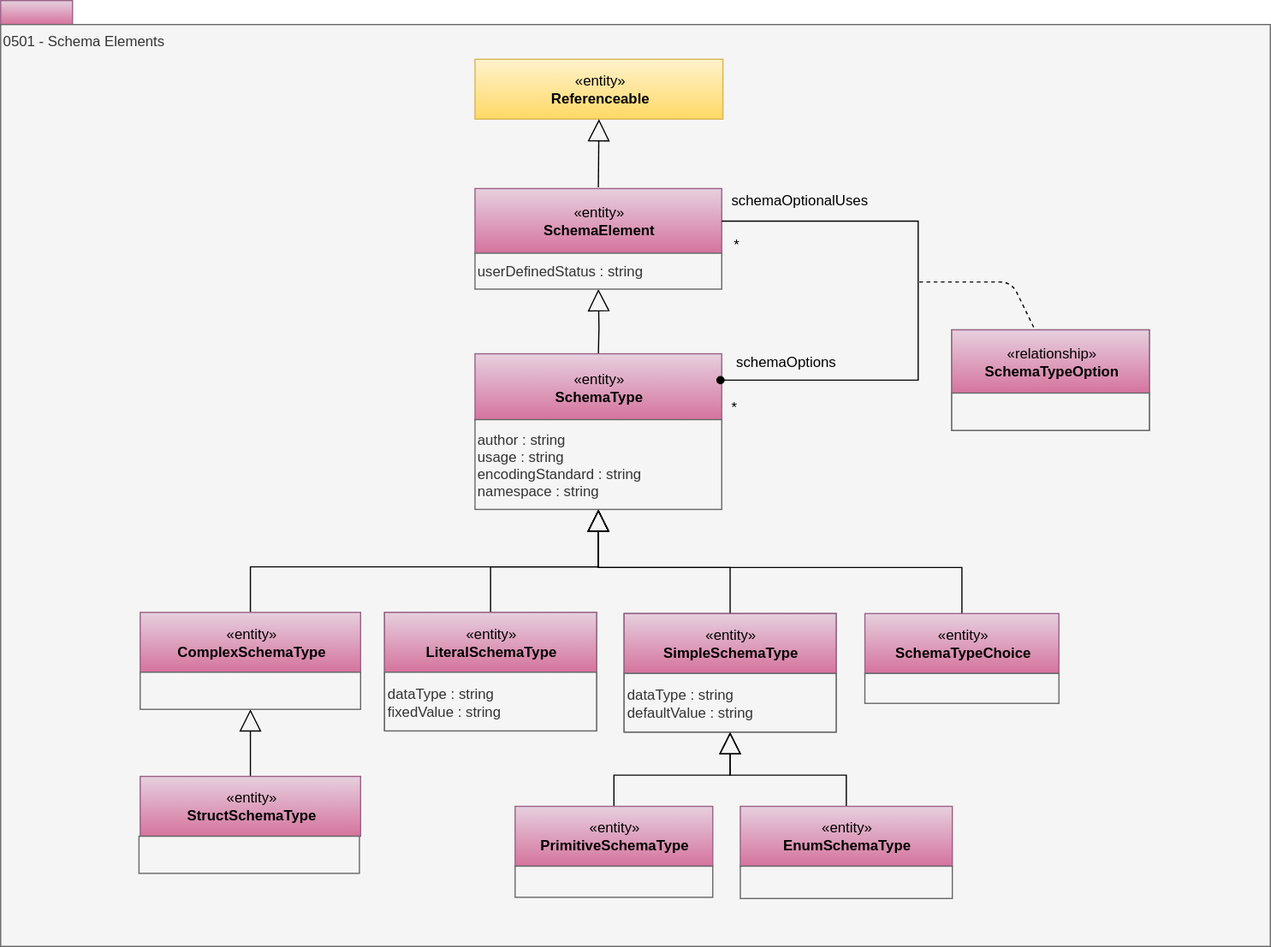
This is site/docs/types/5/0501-Schema-Elements.svg from odpi/egeria-docs, a draw.io export, as it was before one commit. Source tidied: cells renumbered, new cells last; positions are measured from the earlier drawing's top-left corner, leaving out a move shared by most shapes.
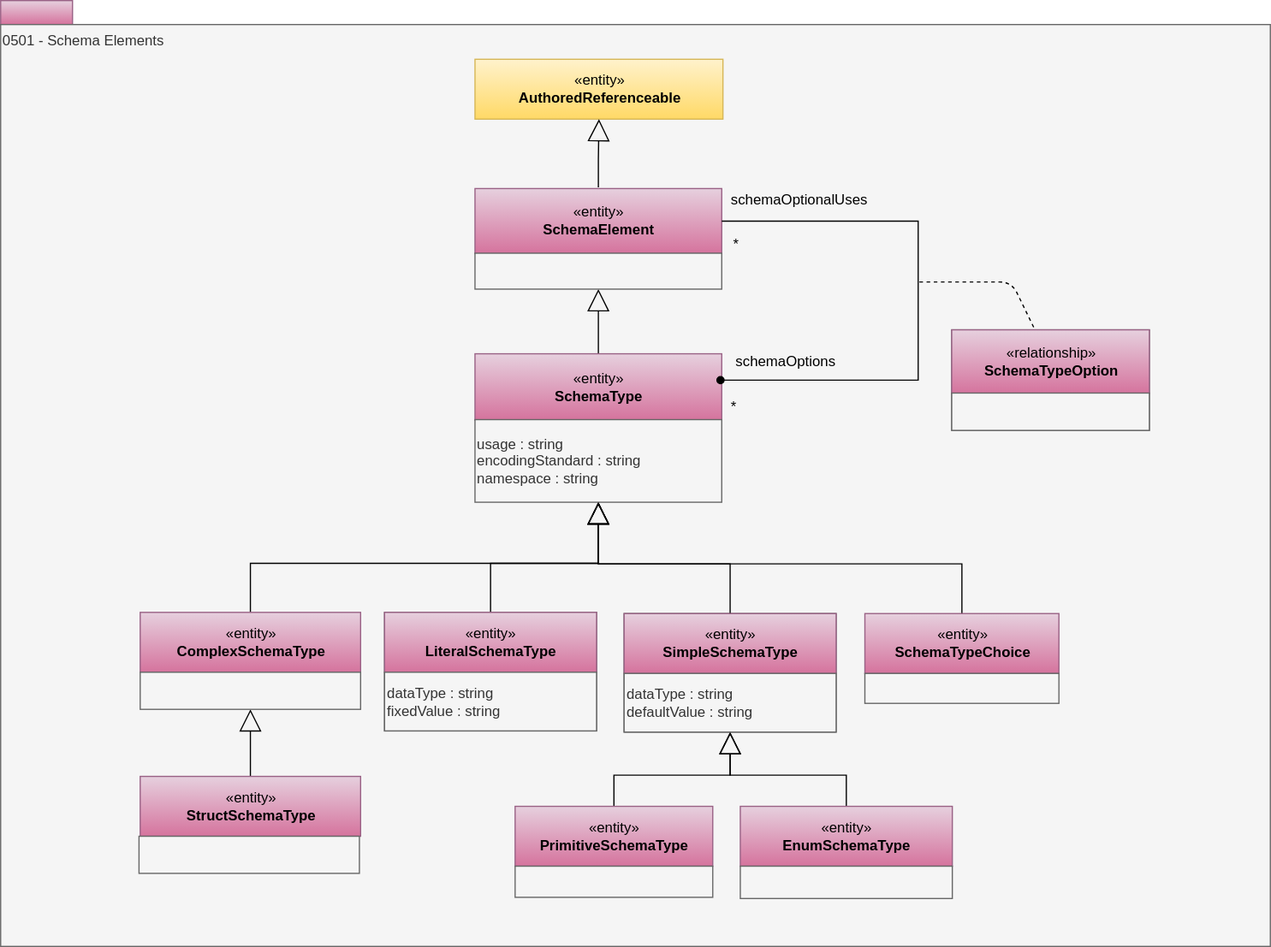
After the commit.

Diff of the diagram source:
```diff
@@ -8,7 +8,7 @@
     <mxCell id="3" value="0501 - Schema Elements" style="rounded=0;whiteSpace=wrap;html=1;align=left;verticalAlign=top;fillColor=#f5f5f5;fontColor=#333333;strokeColor=#666666;" parent="1" vertex="1">
       <mxGeometry y="20" width="1060" height="770" as="geometry" />
     </mxCell>
-    <mxCell id="4" value="«entity»&lt;br&gt;&lt;b&gt;Referenceable&lt;/b&gt;" style="html=1;strokeColor=#d6b656;align=center;fillColor=#fff2cc;gradientColor=#ffd966;" parent="1" vertex="1">
+    <mxCell id="4" value="«entity»&lt;br&gt;&lt;b&gt;AuthoredReferenceable&lt;/b&gt;" style="html=1;strokeColor=#d6b656;align=center;fillColor=#fff2cc;gradientColor=#ffd966;" parent="1" vertex="1">
       <mxGeometry x="396" y="49" width="207" height="50" as="geometry" />
     </mxCell>
     <mxCell id="5" style="edgeStyle=orthogonalEdgeStyle;rounded=0;jettySize=auto;html=1;exitX=0.5;exitY=0;exitDx=0;exitDy=0;startSize=6;endArrow=block;endFill=0;endSize=16;entryX=0.5;entryY=1;entryDx=0;entryDy=0;" parent="1" edge="1" target="4">
@@ -74,13 +74,13 @@
     <mxCell id="22" value="«entity»&lt;br&gt;&lt;b&gt;SchemaType&lt;/b&gt;" style="html=1;strokeColor=#996185;align=center;fillColor=#e6d0de;gradientColor=#d5739d;" parent="1" vertex="1">
       <mxGeometry x="396" y="295" width="206" height="55.4" as="geometry" />
     </mxCell>
-    <mxCell id="23" value="author : string&lt;br&gt;usage : string&lt;br&gt;encodingStandard : string&lt;br&gt;namespace : string&lt;br&gt;&lt;div style=&quot;text-align: left&quot;&gt;&lt;/div&gt;" style="rounded=0;whiteSpace=wrap;html=1;strokeColor=#666666;align=left;fillColor=#f5f5f5;fontColor=#333333;" parent="1" vertex="1">
-      <mxGeometry x="396" y="350" width="206" height="75" as="geometry" />
+    <mxCell id="23" value="usage : string&lt;br&gt;encodingStandard : string&lt;br&gt;namespace : string&lt;br&gt;&lt;div style=&quot;text-align: left&quot;&gt;&lt;/div&gt;" style="rounded=0;whiteSpace=wrap;html=1;strokeColor=#666666;align=left;fillColor=#f5f5f5;fontColor=#333333;" parent="1" vertex="1">
+      <mxGeometry x="396" y="350" width="206" height="69" as="geometry" />
     </mxCell>
     <mxCell id="24" value="«entity»&lt;br&gt;&lt;b&gt;SchemaElement&lt;/b&gt;" style="html=1;strokeColor=#996185;align=center;fillColor=#e6d0de;gradientColor=#d5739d;" parent="1" vertex="1">
       <mxGeometry x="396" y="157" width="206" height="54.3" as="geometry" />
     </mxCell>
-    <mxCell id="25" value="userDefinedStatus : string" style="rounded=0;whiteSpace=wrap;html=1;strokeColor=#666666;align=left;fillColor=#f5f5f5;fontColor=#333333;" parent="1" vertex="1">
+    <mxCell id="25" style="rounded=0;whiteSpace=wrap;html=1;strokeColor=#666666;align=left;fillColor=#f5f5f5;fontColor=#333333;" parent="1" vertex="1">
       <mxGeometry x="396" y="211" width="206" height="30" as="geometry" />
     </mxCell>
     <mxCell id="26" style="edgeStyle=orthogonalEdgeStyle;rounded=0;jettySize=auto;html=1;exitX=1;exitY=0.5;exitDx=0;exitDy=0;entryX=0.995;entryY=0.397;entryDx=0;entryDy=0;endArrow=oval;endFill=1;entryPerimeter=0;" parent="1" edge="1" source="24" target="22">
```
